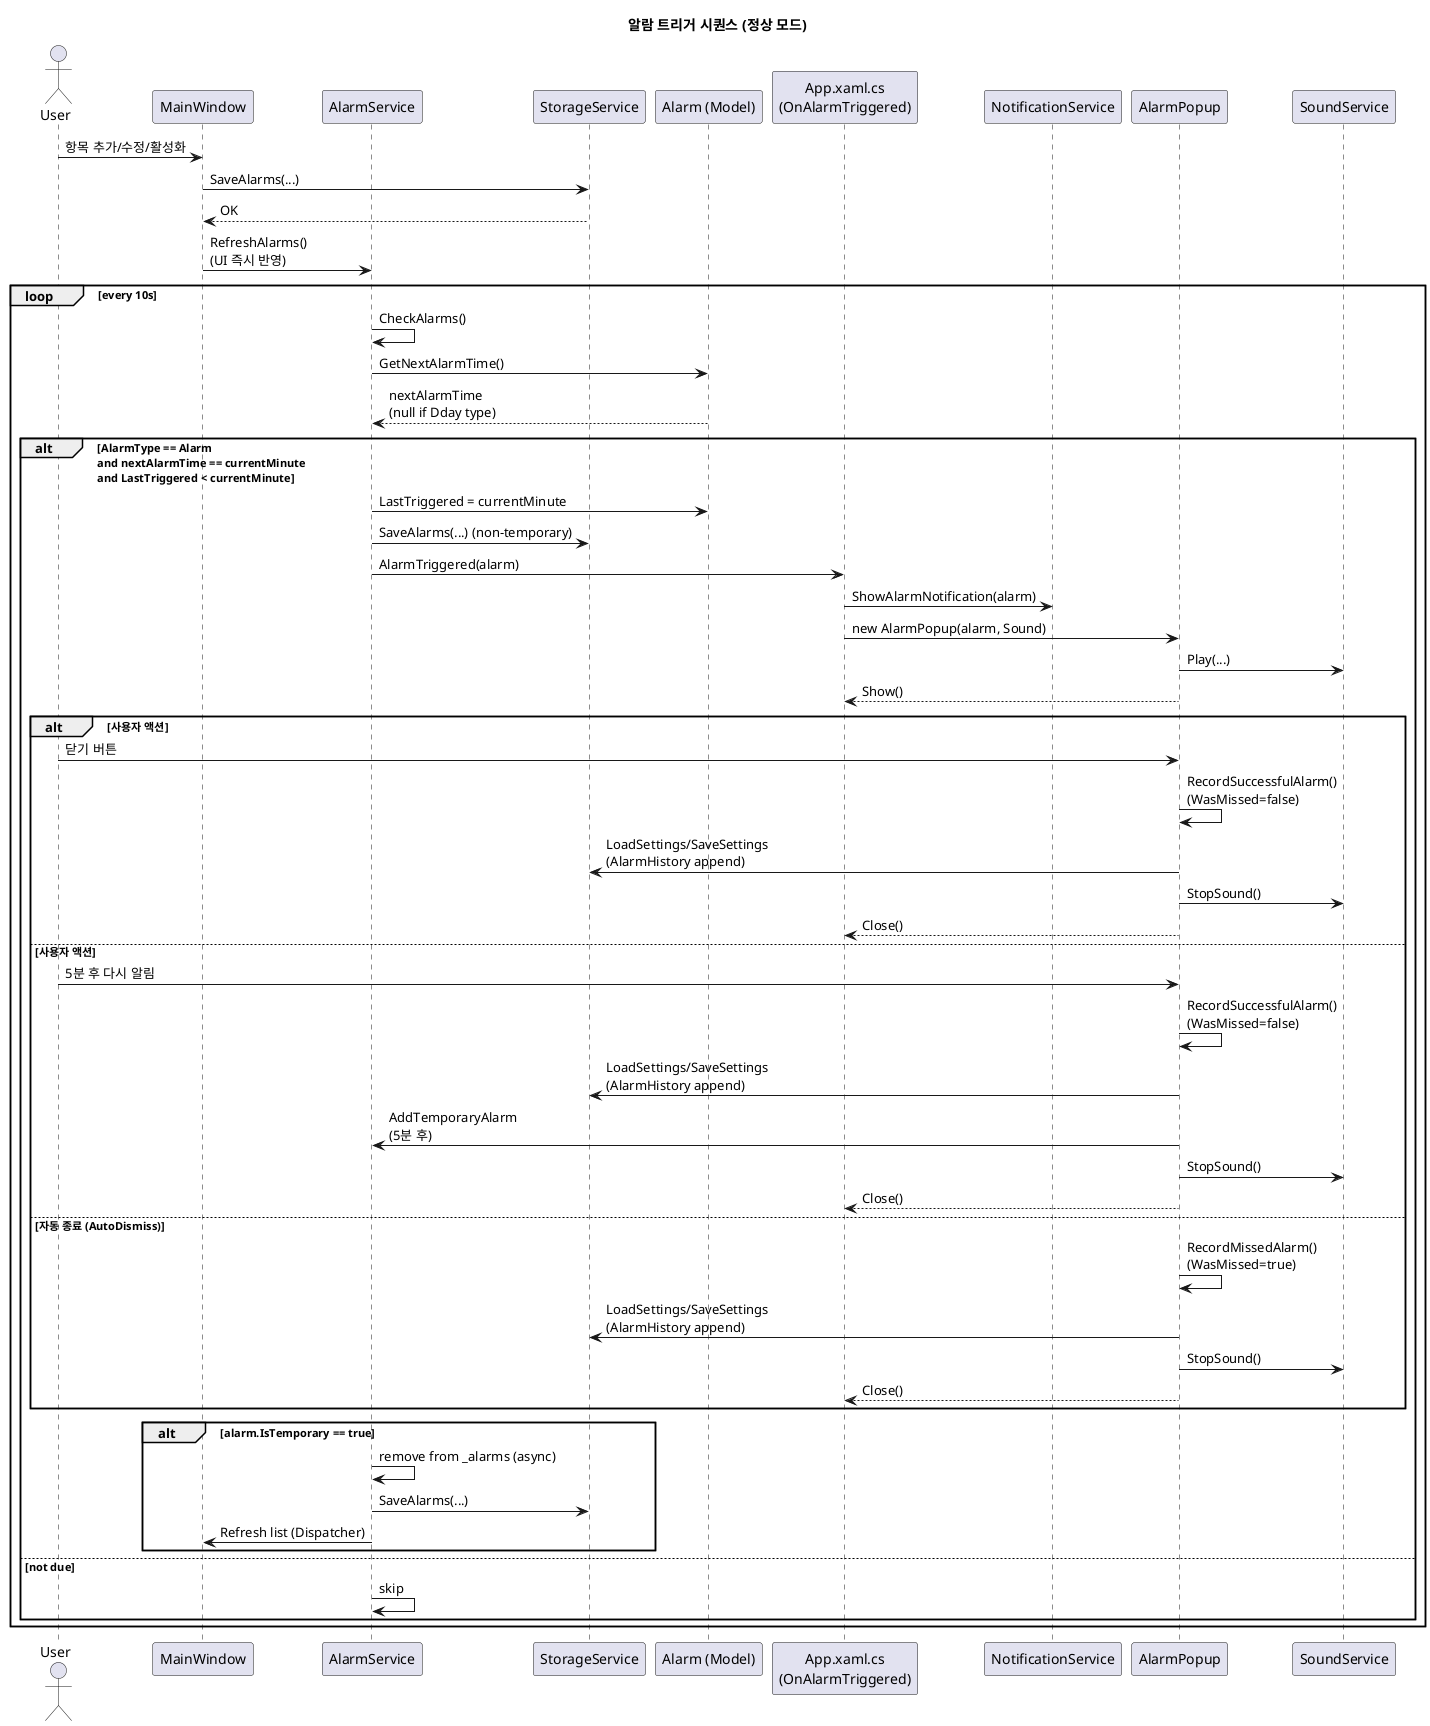
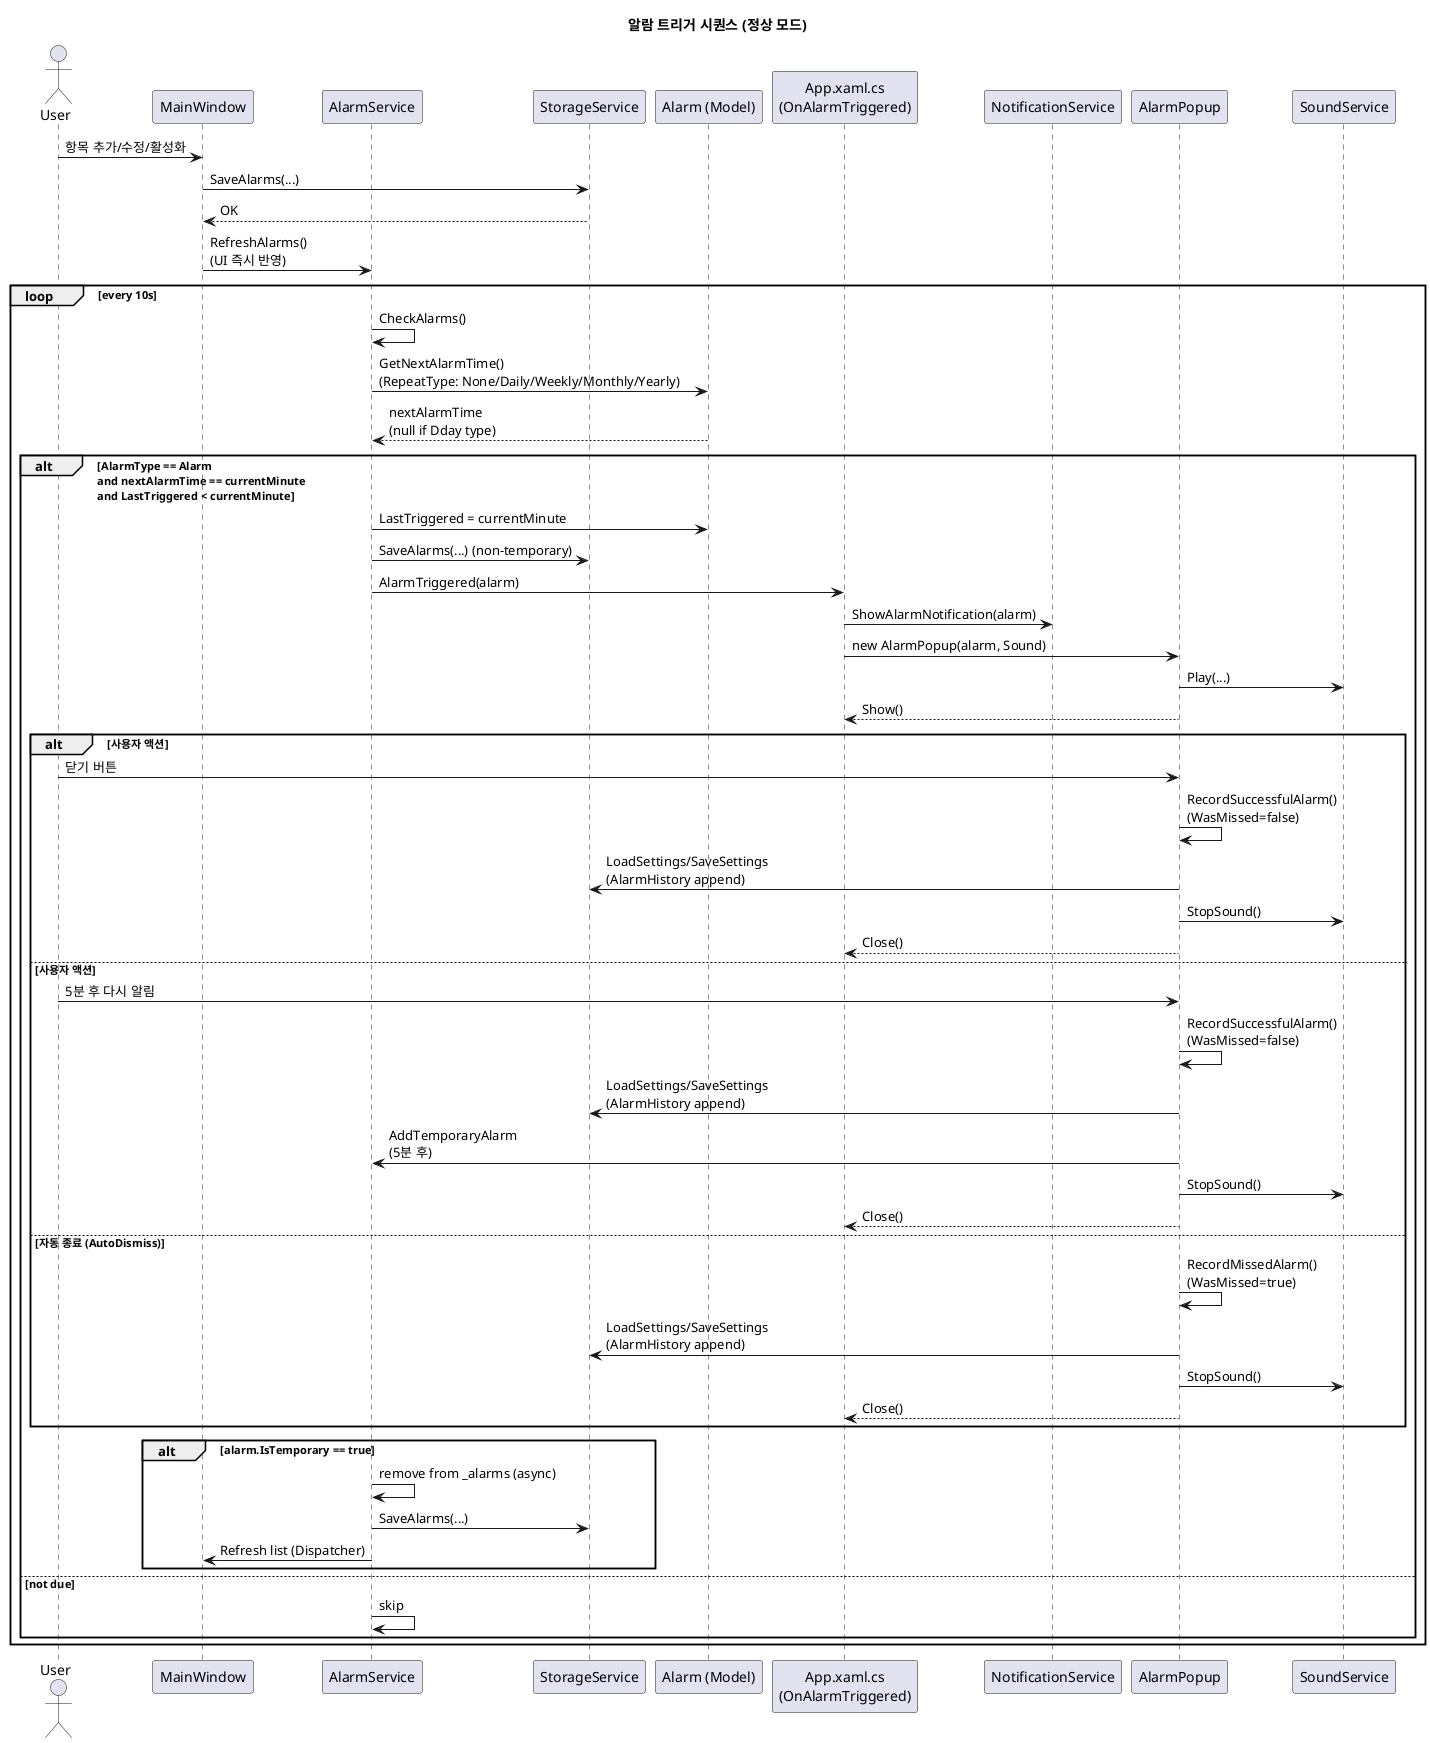
@startuml
title 알람 트리거 시퀀스 (정상 모드)

actor User
participant "MainWindow" as UI
participant "AlarmService" as AlarmSvc
participant "StorageService" as Store
participant "Alarm (Model)" as Alarm
participant "App.xaml.cs\n(OnAlarmTriggered)" as App
participant "NotificationService" as Noti
participant "AlarmPopup" as Popup
participant "SoundService" as Sound

User -> UI : 항목 추가/수정/활성화
UI -> Store : SaveAlarms(...)
Store --> UI : OK
UI -> AlarmSvc : RefreshAlarms()\n(UI 즉시 반영)

loop every 10s
  AlarmSvc -> AlarmSvc : CheckAlarms()
-   AlarmSvc -> Alarm : GetNextAlarmTime()
+   AlarmSvc -> Alarm : GetNextAlarmTime()\n(RepeatType: None/Daily/Weekly/Monthly/Yearly)
  Alarm --> AlarmSvc : nextAlarmTime\n(null if Dday type)
  alt AlarmType == Alarm\nand nextAlarmTime == currentMinute\nand LastTriggered < currentMinute
    AlarmSvc -> Alarm : LastTriggered = currentMinute
    AlarmSvc -> Store : SaveAlarms(...) (non-temporary)
    AlarmSvc -> App : AlarmTriggered(alarm)
    App -> Noti : ShowAlarmNotification(alarm)
    App -> Popup : new AlarmPopup(alarm, Sound)
    Popup -> Sound : Play(...)
    Popup --> App : Show()

    alt 사용자 액션
      User -> Popup : 닫기 버튼
      Popup -> Popup : RecordSuccessfulAlarm()\n(WasMissed=false)
      Popup -> Store : LoadSettings/SaveSettings\n(AlarmHistory append)
      Popup -> Sound : StopSound()
      Popup --> App : Close()
    else 사용자 액션
      User -> Popup : 5분 후 다시 알림
      Popup -> Popup : RecordSuccessfulAlarm()\n(WasMissed=false)
      Popup -> Store : LoadSettings/SaveSettings\n(AlarmHistory append)
      Popup -> AlarmSvc : AddTemporaryAlarm\n(5분 후)
      Popup -> Sound : StopSound()
      Popup --> App : Close()
    else 자동 종료 (AutoDismiss)
      Popup -> Popup : RecordMissedAlarm()\n(WasMissed=true)
      Popup -> Store : LoadSettings/SaveSettings\n(AlarmHistory append)
      Popup -> Sound : StopSound()
      Popup --> App : Close()
    end

    alt alarm.IsTemporary == true
      AlarmSvc -> AlarmSvc : remove from _alarms (async)
      AlarmSvc -> Store : SaveAlarms(...)
      AlarmSvc -> UI : Refresh list (Dispatcher)
    end
  else not due
    AlarmSvc -> AlarmSvc : skip
  end
end

@enduml

